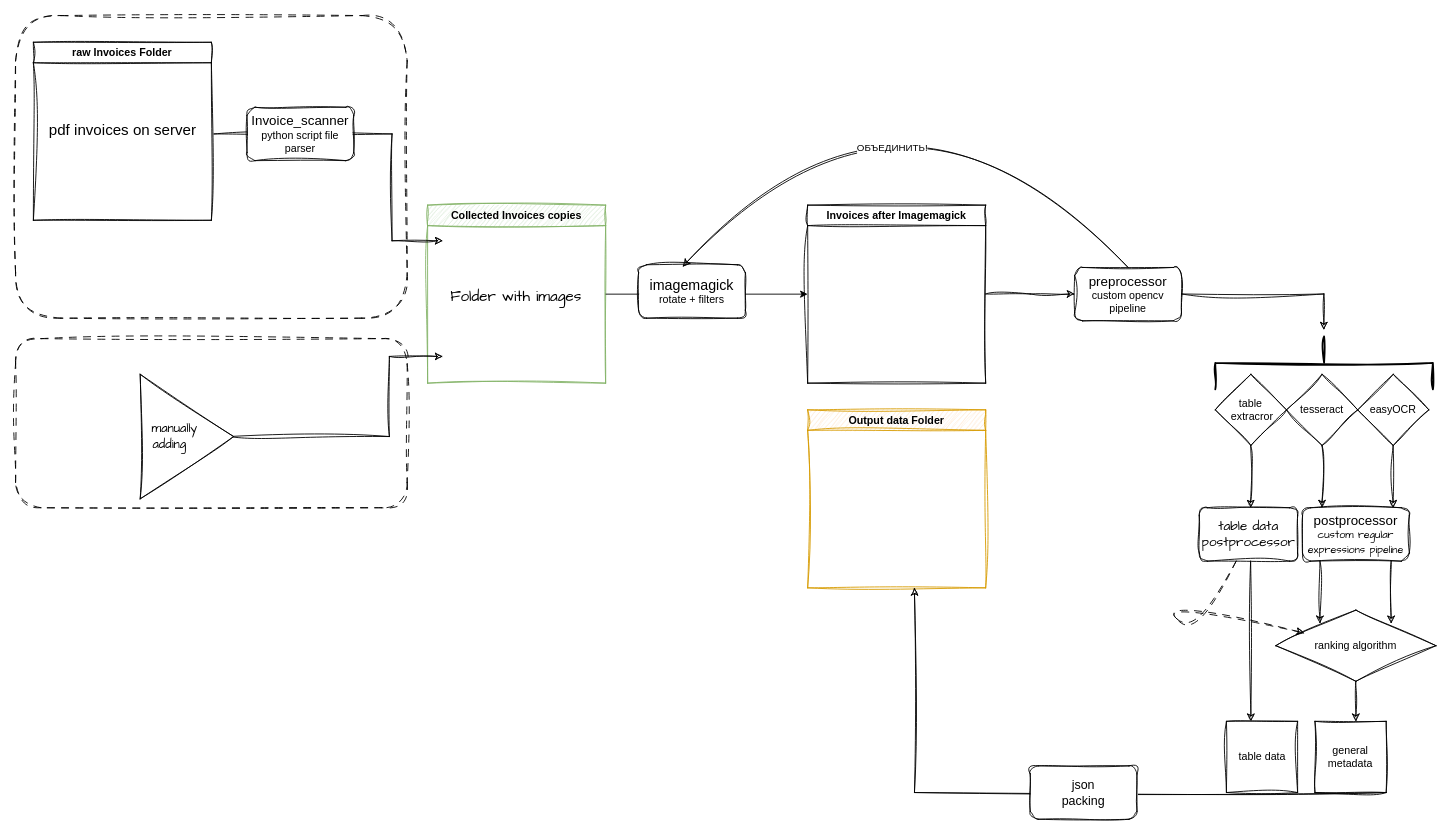
This is SCHEMAS/invoice.drawio from maxfil333/shared, a draw.io file, before an edit. Source tidied: cells renumbered, new cells numbered last; positions are measured from the earlier drawing's top-left corner, leaving out a move shared by most shapes. Both pictures are drawn from the tidied source at 89%, with x=0, y=0 at pixel (15, 15).
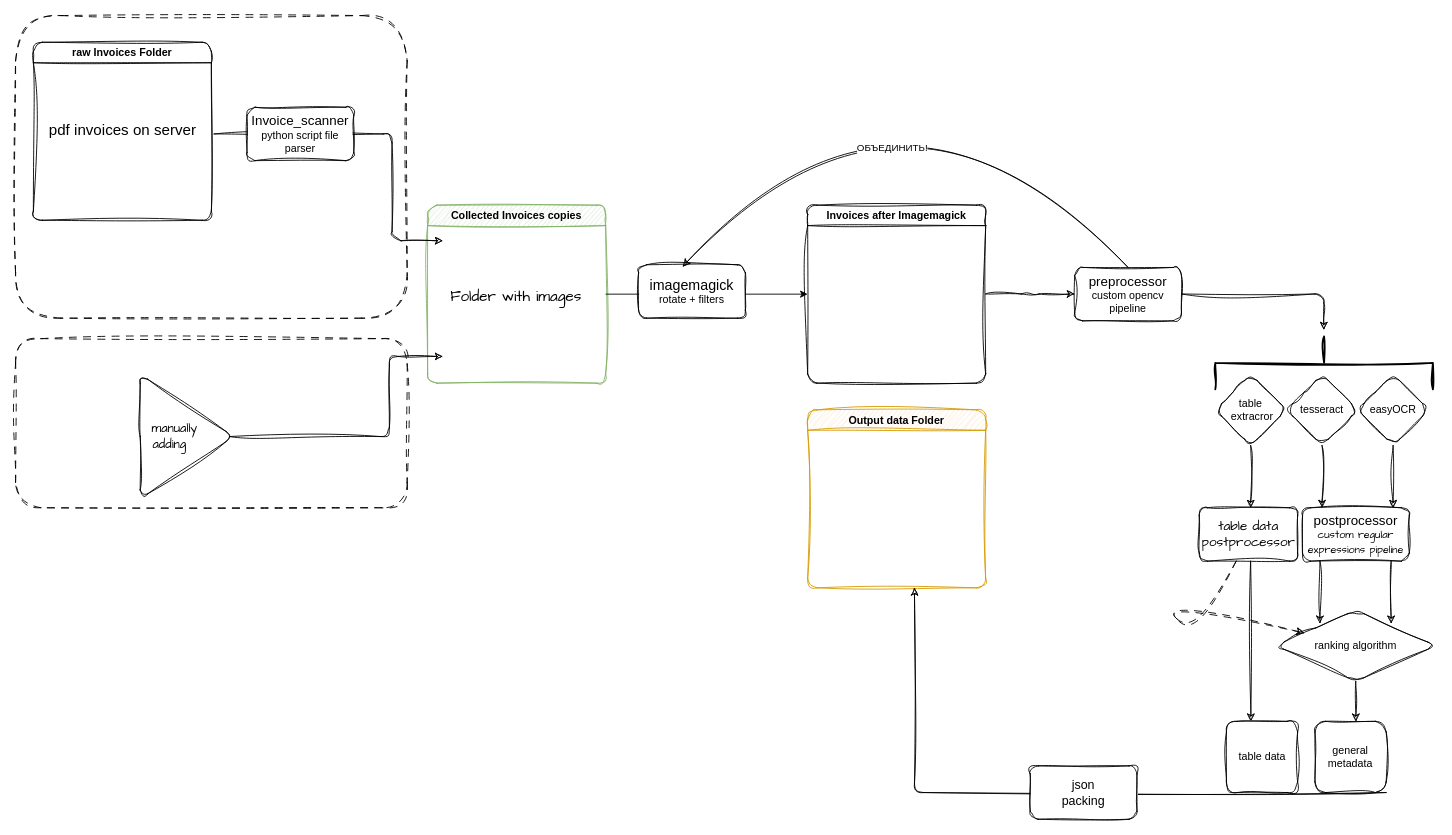
The same page after the edit.

The change refers to these unchanged cells:
```xml
<mxCell id="8" value="&lt;font style=&quot;font-size: 15px;&quot;&gt;preprocessor&lt;/font&gt;&lt;div&gt;custom opencv pipeline&lt;/div&gt;" style="rounded=1;whiteSpace=wrap;html=1;sketch=1;curveFitting=1;jiggle=2;" parent="1" vertex="1">
  <mxGeometry x="1190" y="283" width="120" height="60" as="geometry" />
</mxCell>
<mxCell id="18" value="&lt;font style=&quot;font-size: 16px;&quot;&gt;imagemagick&lt;/font&gt;&lt;div&gt;rotate + filters&lt;/div&gt;" style="rounded=1;whiteSpace=wrap;html=1;sketch=1;curveFitting=1;jiggle=2;" parent="1" vertex="1">
  <mxGeometry x="700" y="280" width="120" height="60" as="geometry" />
</mxCell>
<mxCell id="35" value="&lt;font face=&quot;Comic Sans MS&quot; style=&quot;font-size: 15px;&quot;&gt;table data postprocessor&lt;/font&gt;" style="rounded=1;whiteSpace=wrap;html=1;sketch=1;curveFitting=1;jiggle=2;" parent="1" vertex="1">
  <mxGeometry x="1330" y="553" width="110.5" height="60" as="geometry" />
</mxCell>
```

What changed in the source:
```diff
@@
-    <mxCell id="4" style="strokeWidth=2;html=1;shape=mxgraph.flowchart.annotation_1;align=left;" parent="1" vertex="1">
+    <mxCell id="4" style="strokeWidth=2;html=1;shape=mxgraph.flowchart.annotation_1;align=left;rounded=1;" parent="1" vertex="1">
       <mxGeometry x="1300" y="403" height="100" as="geometry" />
     </mxCell>
-    <mxCell id="5" value="Invoices after Imagemagick" style="swimlane;whiteSpace=wrap;html=1;sketch=1;curveFitting=1;jiggle=2;" parent="1" vertex="1">
+    <mxCell id="5" value="Invoices after Imagemagick" style="swimlane;whiteSpace=wrap;html=1;sketch=1;curveFitting=1;jiggle=2;rounded=1;" parent="1" vertex="1">
       <mxGeometry x="890" y="213" width="200" height="200" as="geometry" />
     </mxCell>
-    <mxCell id="6" value="tesseract" style="rhombus;whiteSpace=wrap;html=1;sketch=1;curveFitting=1;jiggle=2;" parent="1" vertex="1">
+    <mxCell id="6" value="tesseract" style="rhombus;whiteSpace=wrap;html=1;sketch=1;curveFitting=1;jiggle=2;rounded=1;" parent="1" vertex="1">
       <mxGeometry x="1428" y="403" width="80" height="80" as="geometry" />
     </mxCell>
-    <mxCell id="7" value="table&lt;div&gt;&amp;nbsp;extracror&lt;/div&gt;" style="rhombus;whiteSpace=wrap;html=1;sketch=1;curveFitting=1;jiggle=2;" parent="1" vertex="1">
+    <mxCell id="7" value="table&lt;div&gt;&amp;nbsp;extracror&lt;/div&gt;" style="rhombus;whiteSpace=wrap;html=1;sketch=1;curveFitting=1;jiggle=2;rounded=1;" parent="1" vertex="1">
       <mxGeometry x="1348" y="403" width="80" height="80" as="geometry" />
     </mxCell>
@@
-    <mxCell id="9" value="Output data Folder" style="swimlane;whiteSpace=wrap;html=1;glass=0;shadow=0;sketch=1;curveFitting=1;jiggle=2;fillColor=#ffe6cc;strokeColor=#d79b00;" parent="1" vertex="1">
+    <mxCell id="9" value="Output data Folder" style="swimlane;whiteSpace=wrap;html=1;glass=0;shadow=0;sketch=1;curveFitting=1;jiggle=2;fillColor=#ffe6cc;strokeColor=#d79b00;rounded=1;" parent="1" vertex="1">
       <mxGeometry x="890" y="443" width="200" height="200" as="geometry" />
     </mxCell>
-    <mxCell id="10" value="raw Invoices Folder" style="swimlane;whiteSpace=wrap;html=1;sketch=1;curveFitting=1;jiggle=2;" parent="1" vertex="1">
+    <mxCell id="10" value="raw Invoices Folder" style="swimlane;whiteSpace=wrap;html=1;sketch=1;curveFitting=1;jiggle=2;rounded=1;" parent="1" vertex="1">
       <mxGeometry x="20" y="30" width="200" height="200" as="geometry" />
     </mxCell>
-    <mxCell id="11" value="&lt;font style=&quot;font-size: 17px;&quot;&gt;pdf invoices on server&lt;/font&gt;" style="text;html=1;align=center;verticalAlign=middle;strokeColor=none;fillColor=none;strokeWidth=4;sketch=1;curveFitting=1;jiggle=2;" parent="10" vertex="1">
+    <mxCell id="11" value="&lt;font style=&quot;font-size: 17px;&quot;&gt;pdf invoices on server&lt;/font&gt;" style="text;html=1;align=center;verticalAlign=middle;strokeColor=none;fillColor=none;strokeWidth=4;sketch=1;curveFitting=1;jiggle=2;rounded=1;" parent="10" vertex="1">
       <mxGeometry x="5" y="85" width="190" height="30" as="geometry" />
     </mxCell>
-    <mxCell id="12" value="Collected Invoices copies" style="swimlane;whiteSpace=wrap;html=1;sketch=1;curveFitting=1;jiggle=2;fillColor=#d5e8d4;strokeColor=#82b366;" parent="1" vertex="1">
+    <mxCell id="12" value="Collected Invoices copies" style="swimlane;whiteSpace=wrap;html=1;sketch=1;curveFitting=1;jiggle=2;fillColor=#d5e8d4;strokeColor=#82b366;rounded=1;" parent="1" vertex="1">
       <mxGeometry x="463" y="213" width="200" height="200" as="geometry" />
     </mxCell>
-    <mxCell id="13" style="rounded=0;orthogonalLoop=1;jettySize=auto;html=1;sketch=1;curveFitting=1;jiggle=2;" parent="12" edge="1">
+    <mxCell id="13" style="rounded=1;orthogonalLoop=1;jettySize=auto;html=1;sketch=1;curveFitting=1;jiggle=2;" parent="12" edge="1">
       <mxGeometry relative="1" as="geometry">
         <mxPoint x="-240" y="-80" as="sourcePoint" />
         <mxPoint x="17" y="40" as="targetPoint" />
         <Array as="points">
           <mxPoint x="-40" y="-80" />
           <mxPoint x="-40" y="40" />
         </Array>
       </mxGeometry>
     </mxCell>
-    <mxCell id="14" style="edgeStyle=orthogonalEdgeStyle;rounded=0;jettySize=auto;html=1;entryX=0;entryY=0.5;entryDx=0;entryDy=0;exitX=1;exitY=0.5;exitDx=0;exitDy=0;" parent="1" edge="1" source="12" target="5">
+    <mxCell id="14" style="edgeStyle=orthogonalEdgeStyle;rounded=1;jettySize=auto;html=1;entryX=0;entryY=0.5;entryDx=0;entryDy=0;exitX=1;exitY=0.5;exitDx=0;exitDy=0;" parent="1" edge="1" source="12" target="5">
       <mxGeometry relative="1" as="geometry" />
     </mxCell>
-    <mxCell id="15" style="rounded=0;orthogonalLoop=1;jettySize=auto;html=1;sketch=1;curveFitting=1;jiggle=2;" parent="1" edge="1">
+    <mxCell id="15" style="rounded=1;orthogonalLoop=1;jettySize=auto;html=1;sketch=1;curveFitting=1;jiggle=2;" parent="1" edge="1">
       <mxGeometry relative="1" as="geometry">
         <mxPoint x="240" y="473" as="sourcePoint" />
         <mxPoint x="480" y="383" as="targetPoint" />
         <Array as="points">
           <mxPoint x="420" y="473" />
           <mxPoint x="420" y="383" />
         </Array>
       </mxGeometry>
     </mxCell>
-    <mxCell id="16" value="&lt;div style=&quot;text-align: center;&quot;&gt;&lt;span style=&quot;font-size: 14px; font-family: &amp;quot;Comic Sans MS&amp;quot;; background-color: initial;&quot;&gt;&amp;nbsp; manually&lt;/span&gt;&lt;/div&gt;&lt;div style=&quot;text-align: center; font-size: 14px;&quot;&gt;&lt;font face=&quot;Comic Sans MS&quot; style=&quot;font-size: 14px;&quot;&gt;adding&lt;/font&gt;&lt;/div&gt;" style="triangle;whiteSpace=wrap;html=1;align=left;sketch=1;curveFitting=1;jiggle=2;" parent="1" vertex="1">
+    <mxCell id="16" value="&lt;div style=&quot;text-align: center;&quot;&gt;&lt;span style=&quot;font-size: 14px; font-family: &amp;quot;Comic Sans MS&amp;quot;; background-color: initial;&quot;&gt;&amp;nbsp; manually&lt;/span&gt;&lt;/div&gt;&lt;div style=&quot;text-align: center; font-size: 14px;&quot;&gt;&lt;font face=&quot;Comic Sans MS&quot; style=&quot;font-size: 14px;&quot;&gt;adding&lt;/font&gt;&lt;/div&gt;" style="triangle;whiteSpace=wrap;html=1;align=left;sketch=1;curveFitting=1;jiggle=2;rounded=1;" parent="1" vertex="1">
       <mxGeometry x="140" y="403" width="105" height="140" as="geometry" />
     </mxCell>
-    <mxCell id="17" value="&lt;span style=&quot;font-size: 17px;&quot;&gt;Folder with images&lt;/span&gt;" style="text;html=1;align=center;verticalAlign=middle;strokeColor=none;fillColor=none;sketch=1;curveFitting=1;jiggle=2;fontFamily=Comic Sans MS;" parent="1" vertex="1">
+    <mxCell id="17" value="&lt;span style=&quot;font-size: 17px;&quot;&gt;Folder with images&lt;/span&gt;" style="text;html=1;align=center;verticalAlign=middle;strokeColor=none;fillColor=none;sketch=1;curveFitting=1;jiggle=2;fontFamily=Comic Sans MS;rounded=1;" parent="1" vertex="1">
       <mxGeometry x="477" y="301" width="170" height="30" as="geometry" />
     </mxCell>
@@
-    <mxCell id="20" style="curved=1;endArrow=classic;html=1;rounded=0;exitX=0.5;exitY=0;exitDx=0;exitDy=0;entryX=0.413;entryY=0.033;entryDx=0;entryDy=0;entryPerimeter=0;sketch=1;curveFitting=1;jiggle=2;" parent="1" edge="1" source="8" target="18">
+    <mxCell id="20" style="curved=1;endArrow=classic;html=1;rounded=1;exitX=0.5;exitY=0;exitDx=0;exitDy=0;entryX=0.413;entryY=0.033;entryDx=0;entryDy=0;entryPerimeter=0;sketch=1;curveFitting=1;jiggle=2;" parent="1" edge="1" source="8" target="18">
       <mxGeometry relative="1" as="geometry">
         <Array as="points">
           <mxPoint x="1000" y="13" />
         </Array>
       </mxGeometry>
     </mxCell>
-    <mxCell id="21" value="ОБЪЕДИНИТЬ!" style="edgeLabel;html=1;align=center;verticalAlign=middle;" parent="20" vertex="1">
+    <mxCell id="21" value="ОБЪЕДИНИТЬ!" style="edgeLabel;html=1;align=center;verticalAlign=middle;rounded=1;" parent="20" vertex="1">
       <mxGeometry x="0.3" y="81" relative="1" as="geometry" />
     </mxCell>
-    <mxCell id="22" value="easyOCR" style="rhombus;whiteSpace=wrap;html=1;sketch=1;curveFitting=1;jiggle=2;" parent="1" vertex="1">
+    <mxCell id="22" value="easyOCR" style="rhombus;whiteSpace=wrap;html=1;sketch=1;curveFitting=1;jiggle=2;rounded=1;" parent="1" vertex="1">
       <mxGeometry x="1508" y="403" width="80" height="80" as="geometry" />
     </mxCell>
@@
-    <mxCell id="24" style="endArrow=classic;html=1;rounded=0;exitX=0.5;exitY=1;exitDx=0;exitDy=0;entryX=0.917;entryY=0;entryDx=0;entryDy=0;entryPerimeter=0;sketch=1;curveFitting=1;jiggle=2;" parent="1" edge="1">
+    <mxCell id="24" style="endArrow=classic;html=1;rounded=1;exitX=0.5;exitY=1;exitDx=0;exitDy=0;entryX=0.917;entryY=0;entryDx=0;entryDy=0;entryPerimeter=0;sketch=1;curveFitting=1;jiggle=2;" parent="1" edge="1">
       <mxGeometry relative="1" as="geometry">
         <mxPoint x="1467.9" y="483" as="sourcePoint" />
         <mxPoint x="1467.9" y="553" as="targetPoint" />
       </mxGeometry>
     </mxCell>
-    <mxCell id="25" style="endArrow=classic;html=1;rounded=0;exitX=0.5;exitY=1;exitDx=0;exitDy=0;entryX=0.917;entryY=0;entryDx=0;entryDy=0;entryPerimeter=0;sketch=1;curveFitting=1;jiggle=2;" parent="1" edge="1">
+    <mxCell id="25" style="endArrow=classic;html=1;rounded=1;exitX=0.5;exitY=1;exitDx=0;exitDy=0;entryX=0.917;entryY=0;entryDx=0;entryDy=0;entryPerimeter=0;sketch=1;curveFitting=1;jiggle=2;" parent="1" edge="1">
       <mxGeometry relative="1" as="geometry">
         <mxPoint x="1547.8" y="483" as="sourcePoint" />
         <mxPoint x="1547.8" y="553" as="targetPoint" />
       </mxGeometry>
     </mxCell>
-    <mxCell id="26" value="ranking algorithm" style="rhombus;whiteSpace=wrap;html=1;sketch=1;curveFitting=1;jiggle=2;" parent="1" vertex="1">
+    <mxCell id="26" value="ranking algorithm" style="rhombus;whiteSpace=wrap;html=1;sketch=1;curveFitting=1;jiggle=2;rounded=1;" parent="1" vertex="1">
       <mxGeometry x="1416" y="668" width="180" height="80" as="geometry" />
     </mxCell>
-    <mxCell id="27" style="endArrow=classic;html=1;rounded=0;exitX=0.5;exitY=1;exitDx=0;exitDy=0;entryX=0.917;entryY=0;entryDx=0;entryDy=0;entryPerimeter=0;sketch=1;curveFitting=1;jiggle=2;" parent="1" edge="1">
+    <mxCell id="27" style="endArrow=classic;html=1;rounded=1;exitX=0.5;exitY=1;exitDx=0;exitDy=0;entryX=0.917;entryY=0;entryDx=0;entryDy=0;entryPerimeter=0;sketch=1;curveFitting=1;jiggle=2;" parent="1" edge="1">
       <mxGeometry relative="1" as="geometry">
         <mxPoint x="1465.6" y="613" as="sourcePoint" />
         <mxPoint x="1465.6" y="683" as="targetPoint" />
       </mxGeometry>
     </mxCell>
-    <mxCell id="28" style="endArrow=classic;html=1;rounded=0;exitX=0.5;exitY=1;exitDx=0;exitDy=0;entryX=0.917;entryY=0;entryDx=0;entryDy=0;entryPerimeter=0;sketch=1;curveFitting=1;jiggle=2;" parent="1" edge="1">
+    <mxCell id="28" style="endArrow=classic;html=1;rounded=1;exitX=0.5;exitY=1;exitDx=0;exitDy=0;entryX=0.917;entryY=0;entryDx=0;entryDy=0;entryPerimeter=0;sketch=1;curveFitting=1;jiggle=2;" parent="1" edge="1">
       <mxGeometry relative="1" as="geometry">
         <mxPoint x="1545.6" y="613" as="sourcePoint" />
         <mxPoint x="1545.6" y="683" as="targetPoint" />
       </mxGeometry>
     </mxCell>
-    <mxCell id="29" style="strokeWidth=2;html=1;shape=mxgraph.flowchart.annotation_2;align=left;labelPosition=right;rotation=90;sketch=1;curveFitting=1;jiggle=2;" parent="1" vertex="1">
+    <mxCell id="29" style="strokeWidth=2;html=1;shape=mxgraph.flowchart.annotation_2;align=left;labelPosition=right;rotation=90;sketch=1;curveFitting=1;jiggle=2;rounded=1;" parent="1" vertex="1">
       <mxGeometry x="1440.5" y="268" width="59.5" height="244.5" as="geometry" />
     </mxCell>
-    <mxCell id="30" style="endArrow=classic;html=1;rounded=0;edgeStyle=elbowEdgeStyle;sketch=1;curveFitting=1;jiggle=2;" parent="1" edge="1">
+    <mxCell id="30" style="endArrow=classic;html=1;rounded=1;edgeStyle=elbowEdgeStyle;sketch=1;curveFitting=1;jiggle=2;" parent="1" edge="1">
       <mxGeometry relative="1" as="geometry">
         <mxPoint x="1090" y="312.8" as="sourcePoint" />
         <mxPoint x="1190" y="313" as="targetPoint" />
       </mxGeometry>
     </mxCell>
-    <mxCell id="31" style="endArrow=classic;html=1;rounded=0;edgeStyle=elbowEdgeStyle;sketch=1;curveFitting=1;jiggle=2;" parent="1" edge="1">
+    <mxCell id="31" style="endArrow=classic;html=1;rounded=1;edgeStyle=elbowEdgeStyle;sketch=1;curveFitting=1;jiggle=2;" parent="1" edge="1">
       <mxGeometry relative="1" as="geometry">
         <mxPoint x="1310" y="312.8" as="sourcePoint" />
         <mxPoint x="1470" y="353" as="targetPoint" />
         <Array as="points">
           <mxPoint x="1470" y="313" />
         </Array>
       </mxGeometry>
     </mxCell>
-    <mxCell id="32" style="endArrow=classic;html=1;rounded=0;exitX=0.5;exitY=1;exitDx=0;exitDy=0;sketch=1;curveFitting=1;jiggle=2;" parent="1" edge="1">
+    <mxCell id="32" style="endArrow=classic;html=1;rounded=1;exitX=0.5;exitY=1;exitDx=0;exitDy=0;sketch=1;curveFitting=1;jiggle=2;" parent="1" edge="1">
       <mxGeometry relative="1" as="geometry">
         <mxPoint x="1505.8" y="748" as="sourcePoint" />
         <mxPoint x="1506" y="793" as="targetPoint" />
       </mxGeometry>
     </mxCell>
-    <mxCell id="33" value="general metadata" style="whiteSpace=wrap;html=1;sketch=1;curveFitting=1;jiggle=2;" parent="1" vertex="1">
+    <mxCell id="33" value="general metadata" style="whiteSpace=wrap;html=1;sketch=1;curveFitting=1;jiggle=2;rounded=1;" parent="1" vertex="1">
       <mxGeometry x="1460" y="793" width="80" height="80" as="geometry" />
     </mxCell>
-    <mxCell id="34" style="endArrow=classic;html=1;rounded=0;exitX=0.5;exitY=1;exitDx=0;exitDy=0;entryX=0.917;entryY=0;entryDx=0;entryDy=0;entryPerimeter=0;sketch=1;curveFitting=1;jiggle=2;" parent="1" edge="1">
+    <mxCell id="34" style="endArrow=classic;html=1;rounded=1;exitX=0.5;exitY=1;exitDx=0;exitDy=0;entryX=0.917;entryY=0;entryDx=0;entryDy=0;entryPerimeter=0;sketch=1;curveFitting=1;jiggle=2;" parent="1" edge="1">
       <mxGeometry relative="1" as="geometry">
         <mxPoint x="1387.7" y="483" as="sourcePoint" />
         <mxPoint x="1387.7" y="553" as="targetPoint" />
       </mxGeometry>
     </mxCell>
@@
-    <mxCell id="36" style="endArrow=classic;html=1;rounded=0;exitX=0.5;exitY=1;exitDx=0;exitDy=0;sketch=1;curveFitting=1;jiggle=2;" parent="1" edge="1">
+    <mxCell id="36" style="endArrow=classic;html=1;rounded=1;exitX=0.5;exitY=1;exitDx=0;exitDy=0;sketch=1;curveFitting=1;jiggle=2;" parent="1" edge="1">
       <mxGeometry relative="1" as="geometry">
         <mxPoint x="1387.7" y="613" as="sourcePoint" />
         <mxPoint x="1388" y="793" as="targetPoint" />
       </mxGeometry>
     </mxCell>
-    <mxCell id="37" value="table data" style="whiteSpace=wrap;html=1;sketch=1;curveFitting=1;jiggle=2;" parent="1" vertex="1">
+    <mxCell id="37" value="table data" style="whiteSpace=wrap;html=1;sketch=1;curveFitting=1;jiggle=2;rounded=1;" parent="1" vertex="1">
       <mxGeometry x="1360.5" y="793" width="80" height="80" as="geometry" />
     </mxCell>
-    <mxCell id="38" style="curved=1;endArrow=classic;html=1;rounded=0;dashed=1;dashPattern=8 8;sketch=1;curveFitting=1;jiggle=2;" parent="1" edge="1" source="35" target="26">
+    <mxCell id="38" style="curved=1;endArrow=classic;html=1;rounded=1;dashed=1;dashPattern=8 8;sketch=1;curveFitting=1;jiggle=2;" parent="1" edge="1" source="35" target="26">
       <mxGeometry relative="1" as="geometry">
         <Array as="points">
           <mxPoint x="1330" y="703" />
           <mxPoint x="1280" y="653" />
         </Array>
       </mxGeometry>
     </mxCell>
-    <mxCell id="39" style="endArrow=classic;html=1;rounded=0;sketch=1;curveFitting=1;jiggle=2;" parent="1" edge="1">
+    <mxCell id="39" style="endArrow=classic;html=1;rounded=1;sketch=1;curveFitting=1;jiggle=2;" parent="1" edge="1">
       <mxGeometry relative="1" as="geometry">
         <mxPoint x="1540" y="873" as="sourcePoint" />
         <mxPoint x="1010" y="643" as="targetPoint" />
         <Array as="points">
           <mxPoint x="1010" y="873" />
         </Array>
       </mxGeometry>
     </mxCell>
```
